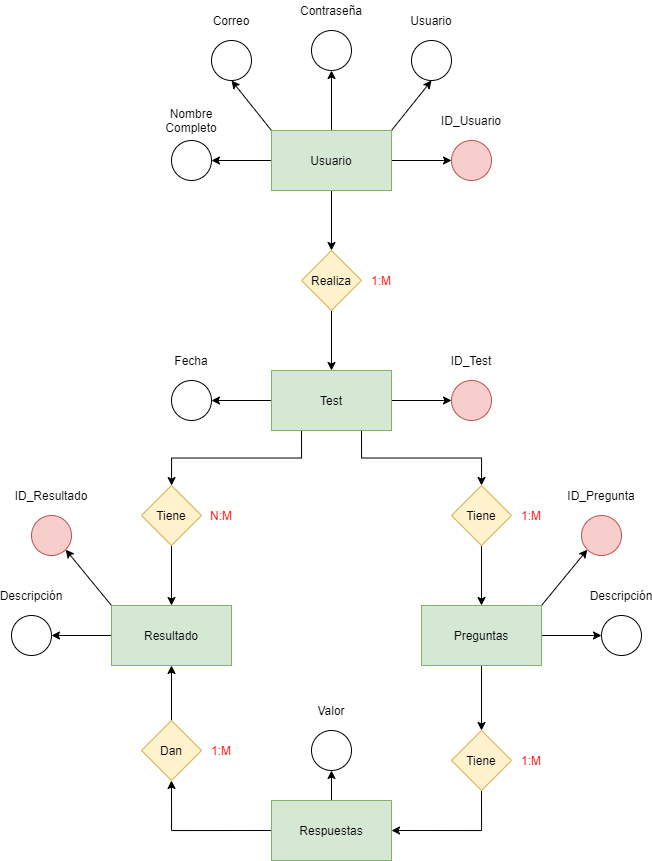
Earlier version of the draw.io export Cuadrante#3/Modelo Ent-Rel/Diagrama Entidad-Relación PPI.png (WillianOrozco/equipo7_dem_ppi2020). Source tidied: cells renumbered, new cells last; positions are measured from the earlier drawing's top-left corner, leaving out a move shared by most shapes.
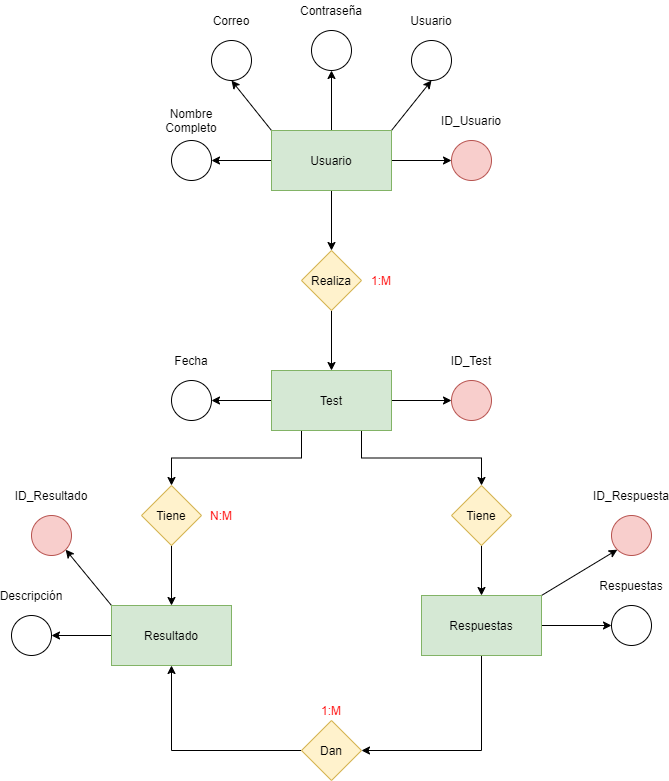
After the commit.

Change to the diagram source:
```diff
@@ -32,7 +32,7 @@
     <mxCell id="11" style="edgeStyle=none;rounded=0;jettySize=auto;html=1;exitX=0;exitY=0.5;exitDx=0;exitDy=0;fontColor=#FF0000;" parent="1" edge="1" source="13" target="35">
       <mxGeometry relative="1" as="geometry" />
     </mxCell>
-    <mxCell id="12" style="edgeStyle=orthogonalEdgeStyle;rounded=0;jettySize=auto;html=1;exitX=0.75;exitY=1;exitDx=0;exitDy=0;entryX=0.5;entryY=0;entryDx=0;entryDy=0;" parent="1" edge="1" source="13" target="47">
+    <mxCell id="12" style="edgeStyle=orthogonalEdgeStyle;rounded=0;jettySize=auto;html=1;exitX=0.75;exitY=1;exitDx=0;exitDy=0;entryX=0.5;entryY=0;entryDx=0;entryDy=0;" parent="1" edge="1" source="13" target="57">
       <mxGeometry relative="1" as="geometry" />
     </mxCell>
     <mxCell id="13" value="Test" style="rounded=0;whiteSpace=wrap;html=1;fillColor=#d5e8d4;strokeColor=#82b366;" parent="1" vertex="1">
@@ -113,86 +113,56 @@
     <mxCell id="38" value="Usuario" style="text;html=1;strokeColor=none;fillColor=none;align=center;verticalAlign=middle;whiteSpace=wrap;rounded=0;" parent="1" vertex="1">
       <mxGeometry x="400" y="10" width="40" height="20" as="geometry" />
     </mxCell>
-    <mxCell id="39" style="edgeStyle=orthogonalEdgeStyle;rounded=0;jettySize=auto;html=1;exitX=0.5;exitY=0;exitDx=0;exitDy=0;entryX=0.5;entryY=1;entryDx=0;entryDy=0;" parent="1" edge="1" source="41" target="60">
+    <mxCell id="39" style="edgeStyle=orthogonalEdgeStyle;rounded=0;jettySize=auto;html=1;exitX=1;exitY=0.5;exitDx=0;exitDy=0;entryX=0;entryY=0.5;entryDx=0;entryDy=0;" parent="1" edge="1" source="41" target="60">
       <mxGeometry relative="1" as="geometry" />
     </mxCell>
-    <mxCell id="40" style="edgeStyle=orthogonalEdgeStyle;rounded=0;jettySize=auto;html=1;exitX=0;exitY=0.5;exitDx=0;exitDy=0;entryX=0.5;entryY=1;entryDx=0;entryDy=0;" parent="1" edge="1" source="41" target="63">
+    <mxCell id="40" style="edgeStyle=orthogonalEdgeStyle;rounded=0;jettySize=auto;html=1;exitX=0.5;exitY=1;exitDx=0;exitDy=0;entryX=1;entryY=0.5;entryDx=0;entryDy=0;" parent="1" edge="1" source="41" target="63">
       <mxGeometry relative="1" as="geometry" />
     </mxCell>
+    <mxCell id="66" style="rounded=0;jettySize=auto;html=1;exitX=1;exitY=0;exitDx=0;exitDy=0;entryX=0;entryY=1;entryDx=0;entryDy=0;" parent="1" edge="1" source="41" target="67">
+      <mxGeometry relative="1" as="geometry" />
+    </mxCell>
     <mxCell id="41" value="Respuestas" style="rounded=0;whiteSpace=wrap;html=1;fillColor=#d5e8d4;strokeColor=#82b366;" parent="1" vertex="1">
-      <mxGeometry x="260" y="800" width="120" height="60" as="geometry" />
+      <mxGeometry x="410" y="595" width="120" height="60" as="geometry" />
     </mxCell>
-    <mxCell id="42" style="edgeStyle=none;rounded=0;jettySize=auto;html=1;exitX=1;exitY=0;exitDx=0;exitDy=0;entryX=0;entryY=1;entryDx=0;entryDy=0;" parent="1" edge="1" source="45" target="51">
-      <mxGeometry relative="1" as="geometry" />
-    </mxCell>
-    <mxCell id="43" style="edgeStyle=none;rounded=0;jettySize=auto;html=1;exitX=1;exitY=0.5;exitDx=0;exitDy=0;entryX=0;entryY=0.5;entryDx=0;entryDy=0;" parent="1" edge="1" source="45" target="53">
-      <mxGeometry relative="1" as="geometry" />
-    </mxCell>
-    <mxCell id="44" style="edgeStyle=none;rounded=0;jettySize=auto;html=1;exitX=0.5;exitY=1;exitDx=0;exitDy=0;entryX=0.5;entryY=0;entryDx=0;entryDy=0;" parent="1" edge="1" source="45" target="57">
-      <mxGeometry relative="1" as="geometry" />
-    </mxCell>
-    <mxCell id="45" value="Preguntas" style="rounded=0;whiteSpace=wrap;html=1;fillColor=#d5e8d4;strokeColor=#82b366;" parent="1" vertex="1">
-      <mxGeometry x="410" y="605" width="120" height="60" as="geometry" />
-    </mxCell>
-    <mxCell id="46" style="edgeStyle=orthogonalEdgeStyle;rounded=0;jettySize=auto;html=1;exitX=0.5;exitY=1;exitDx=0;exitDy=0;entryX=0.5;entryY=0;entryDx=0;entryDy=0;fontColor=#FF0000;" parent="1" edge="1" source="47" target="45">
-      <mxGeometry relative="1" as="geometry" />
-    </mxCell>
-    <mxCell id="47" value="Tiene" style="rhombus;whiteSpace=wrap;html=1;fillColor=#fff2cc;strokeColor=#d6b656;" parent="1" vertex="1">
-      <mxGeometry x="440" y="485" width="60" height="60" as="geometry" />
-    </mxCell>
-    <mxCell id="48" value="1:M" style="text;html=1;strokeColor=none;fillColor=none;align=center;verticalAlign=middle;whiteSpace=wrap;rounded=0;fontColor=#FF0000;" parent="1" vertex="1">
-      <mxGeometry x="500" y="505" width="40" height="20" as="geometry" />
-    </mxCell>
     <mxCell id="49" style="ellipse;whiteSpace=wrap;html=1;fillColor=#f8cecc;strokeColor=#b85450;" parent="1" vertex="1">
       <mxGeometry x="20" y="515" width="40" height="40" as="geometry" />
     </mxCell>
     <mxCell id="50" value="ID_Resultado" style="text;html=1;strokeColor=none;fillColor=none;align=center;verticalAlign=middle;whiteSpace=wrap;rounded=0;" parent="1" vertex="1">
       <mxGeometry x="20" y="485" width="40" height="20" as="geometry" />
     </mxCell>
-    <mxCell id="51" style="ellipse;whiteSpace=wrap;html=1;fillColor=#f8cecc;strokeColor=#b85450;" parent="1" vertex="1">
-      <mxGeometry x="570" y="515" width="40" height="40" as="geometry" />
-    </mxCell>
-    <mxCell id="52" value="ID_Pregunta" style="text;html=1;strokeColor=none;fillColor=none;align=center;verticalAlign=middle;whiteSpace=wrap;rounded=0;" parent="1" vertex="1">
-      <mxGeometry x="570" y="485" width="40" height="20" as="geometry" />
-    </mxCell>
-    <mxCell id="53" style="ellipse;whiteSpace=wrap;html=1;" parent="1" vertex="1">
-      <mxGeometry x="590" y="615" width="40" height="40" as="geometry" />
-    </mxCell>
-    <mxCell id="54" value="Descripción" style="text;html=1;strokeColor=none;fillColor=none;align=center;verticalAlign=middle;whiteSpace=wrap;rounded=0;" parent="1" vertex="1">
-      <mxGeometry x="590" y="585" width="40" height="20" as="geometry" />
-    </mxCell>
-    <mxCell id="55" style="edgeStyle=none;rounded=0;orthogonalLoop=1;jettySize=auto;html=1;exitX=0;exitY=0;exitDx=0;exitDy=0;" parent="1" edge="1" source="47" target="47">
-      <mxGeometry relative="1" as="geometry" />
-    </mxCell>
-    <mxCell id="56" style="edgeStyle=orthogonalEdgeStyle;rounded=0;jettySize=auto;html=1;exitX=0.5;exitY=1;exitDx=0;exitDy=0;entryX=1;entryY=0.5;entryDx=0;entryDy=0;" parent="1" edge="1" source="57" target="41">
+    <mxCell id="56" style="edgeStyle=orthogonalEdgeStyle;rounded=0;jettySize=auto;html=1;exitX=0.5;exitY=1;exitDx=0;exitDy=0;entryX=0.5;entryY=0;entryDx=0;entryDy=0;" parent="1" edge="1" source="57" target="41">
       <mxGeometry relative="1" as="geometry" />
     </mxCell>
     <mxCell id="57" value="Tiene" style="rhombus;whiteSpace=wrap;html=1;fillColor=#fff2cc;strokeColor=#d6b656;" parent="1" vertex="1">
-      <mxGeometry x="440" y="730" width="60" height="60" as="geometry" />
+      <mxGeometry x="440" y="485" width="60" height="60" as="geometry" />
     </mxCell>
-    <mxCell id="58" value="1:M" style="text;html=1;strokeColor=none;fillColor=none;align=center;verticalAlign=middle;whiteSpace=wrap;rounded=0;fontColor=#FF0000;" parent="1" vertex="1">
-      <mxGeometry x="500" y="750" width="40" height="20" as="geometry" />
-    </mxCell>
     <mxCell id="59" style="edgeStyle=none;rounded=0;orthogonalLoop=1;jettySize=auto;html=1;exitX=0;exitY=0;exitDx=0;exitDy=0;" parent="1" edge="1" source="57" target="57">
       <mxGeometry relative="1" as="geometry" />
     </mxCell>
     <mxCell id="60" style="ellipse;whiteSpace=wrap;html=1;" parent="1" vertex="1">
-      <mxGeometry x="300" y="730" width="40" height="40" as="geometry" />
+      <mxGeometry x="600" y="605" width="40" height="40" as="geometry" />
     </mxCell>
-    <mxCell id="61" value="Valor" style="text;html=1;strokeColor=none;fillColor=none;align=center;verticalAlign=middle;whiteSpace=wrap;rounded=0;" parent="1" vertex="1">
-      <mxGeometry x="300" y="700" width="40" height="20" as="geometry" />
+    <mxCell id="61" value="Respuestas" style="text;html=1;strokeColor=none;fillColor=none;align=center;verticalAlign=middle;whiteSpace=wrap;rounded=0;" parent="1" vertex="1">
+      <mxGeometry x="600" y="575" width="40" height="20" as="geometry" />
     </mxCell>
-    <mxCell id="62" style="edgeStyle=orthogonalEdgeStyle;rounded=0;jettySize=auto;html=1;exitX=0.5;exitY=0;exitDx=0;exitDy=0;entryX=0.5;entryY=1;entryDx=0;entryDy=0;" parent="1" edge="1" source="63" target="27">
+    <mxCell id="62" style="edgeStyle=orthogonalEdgeStyle;rounded=0;jettySize=auto;html=1;exitX=0;exitY=0.5;exitDx=0;exitDy=0;entryX=0.5;entryY=1;entryDx=0;entryDy=0;" parent="1" edge="1" source="63" target="27">
       <mxGeometry relative="1" as="geometry" />
     </mxCell>
     <mxCell id="63" value="Dan" style="rhombus;whiteSpace=wrap;html=1;fillColor=#fff2cc;strokeColor=#d6b656;" parent="1" vertex="1">
-      <mxGeometry x="130" y="720" width="60" height="60" as="geometry" />
+      <mxGeometry x="290" y="720" width="60" height="60" as="geometry" />
     </mxCell>
     <mxCell id="64" value="1:M" style="text;html=1;strokeColor=none;fillColor=none;align=center;verticalAlign=middle;whiteSpace=wrap;rounded=0;fontColor=#FF0000;" parent="1" vertex="1">
-      <mxGeometry x="190" y="740" width="40" height="20" as="geometry" />
+      <mxGeometry x="300" y="700" width="40" height="20" as="geometry" />
     </mxCell>
     <mxCell id="65" style="edgeStyle=none;rounded=0;orthogonalLoop=1;jettySize=auto;html=1;exitX=0;exitY=0;exitDx=0;exitDy=0;" parent="1" edge="1" source="63" target="63">
       <mxGeometry relative="1" as="geometry" />
     </mxCell>
+    <mxCell id="67" style="ellipse;whiteSpace=wrap;html=1;fillColor=#f8cecc;strokeColor=#b85450;" parent="1" vertex="1">
+      <mxGeometry x="600" y="515" width="40" height="40" as="geometry" />
+    </mxCell>
+    <mxCell id="68" value="ID_Respuesta" style="text;html=1;strokeColor=none;fillColor=none;align=center;verticalAlign=middle;whiteSpace=wrap;rounded=0;" parent="1" vertex="1">
+      <mxGeometry x="600" y="485" width="40" height="20" as="geometry" />
+    </mxCell>
   </root>
 </mxGraphModel>
```
